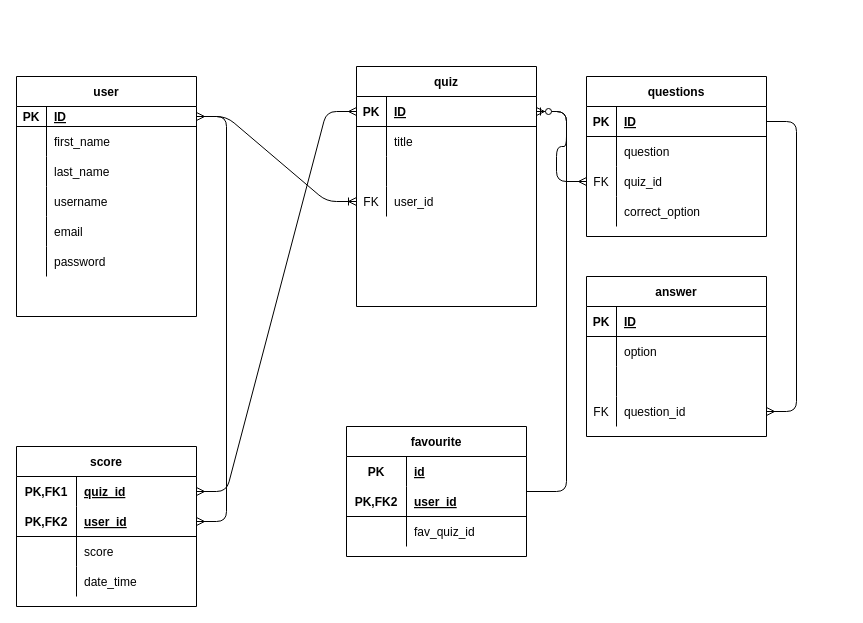
Above: page "DB structure" (6 of 7) of User Flow.drawio in Etipriya/tri-via-hub (draw.io), before the change. Source tidied: cells renumbered, new cells numbered last; positions are measured from the earlier drawing's top-left corner, leaving out a move shared by most shapes. Both pictures are drawn from the tidied source at 100%, with x=0, y=0 at pixel (16, 66).
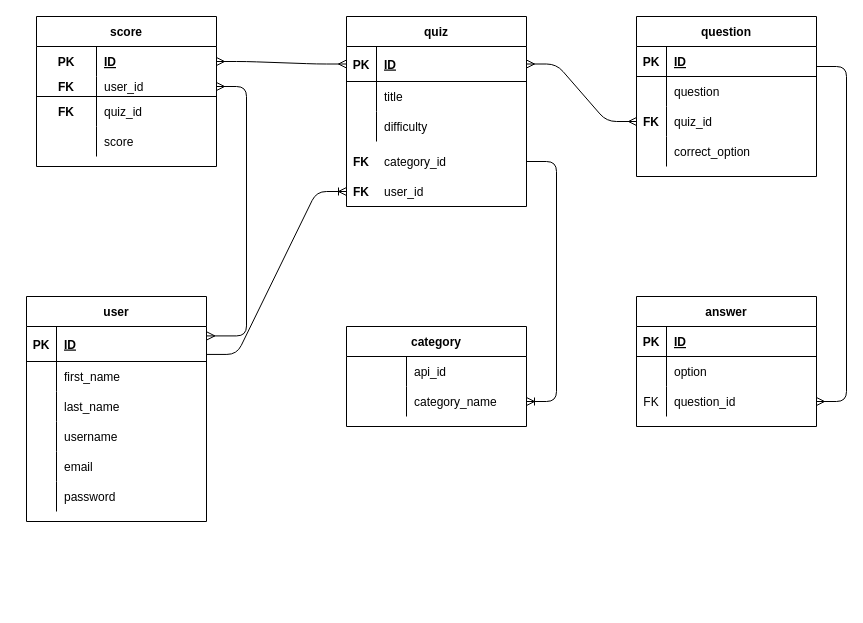
The same diagram, later.

The change refers to these unchanged cells:
```xml
<mxCell id="35" style="shape=partialRectangle;fillColor=none;top=0;left=0;bottom=1;right=0;points=[[0,0.5],[1,0.5]];portConstraint=eastwest;" parent="34" vertex="1">
  <mxGeometry y="30" width="180" height="30" as="geometry" />
</mxCell>
<mxCell id="41" style="shape=partialRectangle;fillColor=none;top=0;left=0;bottom=0;right=0;points=[[0,0.5],[1,0.5]];portConstraint=eastwest;" parent="34" vertex="1">
  <mxGeometry y="90" width="180" height="30" as="geometry" />
</mxCell>
<mxCell id="79" style="shape=partialRectangle;fillColor=none;top=0;left=0;bottom=0;right=0;" parent="78" vertex="1">
  <mxGeometry y="30" width="180" height="30" as="geometry" />
</mxCell>
```

Diff of the diagram source:
```diff
@@
     <mxCell id="2" value="user" style="shape=table;startSize=30;childLayout=tableLayout;rowLines=0;fontStyle=1;align=center;" parent="1" vertex="1">
-      <mxGeometry y="10" width="180" height="240" as="geometry" />
+      <mxGeometry x="10" y="230" width="180" height="225" as="geometry" />
     </mxCell>
     <mxCell id="3" style="shape=partialRectangle;fillColor=none;top=0;left=0;bottom=1;right=0;points=[[0,0.5],[1,0.5]];portConstraint=eastwest;" parent="2" vertex="1">
-      <mxGeometry y="30" width="180" height="20" as="geometry" />
+      <mxGeometry y="30" width="180" height="35" as="geometry" />
     </mxCell>
     <mxCell id="4" value="PK" style="shape=partialRectangle;fillColor=none;top=0;left=0;bottom=0;right=0;fontStyle=1;overflow=hidden;" parent="3" vertex="1">
-      <mxGeometry width="30" height="20" as="geometry" />
+      <mxGeometry width="30" height="35" as="geometry" />
     </mxCell>
     <mxCell id="5" value="ID" style="shape=partialRectangle;fillColor=none;top=0;left=0;bottom=0;right=0;align=left;spacingLeft=6;fontStyle=5;overflow=hidden;" parent="3" vertex="1">
-      <mxGeometry x="30" width="150" height="20" as="geometry" />
+      <mxGeometry x="30" width="150" height="35" as="geometry" />
     </mxCell>
     <mxCell id="6" style="shape=partialRectangle;fillColor=none;top=0;left=0;bottom=0;right=0;" parent="2" vertex="1">
-      <mxGeometry y="50" width="180" height="30" as="geometry" />
+      <mxGeometry y="65" width="180" height="30" as="geometry" />
     </mxCell>
@@
     <mxCell id="9" style="shape=partialRectangle;fillColor=none;top=0;left=0;bottom=0;right=0;" parent="2" vertex="1">
-      <mxGeometry y="80" width="180" height="30" as="geometry" />
+      <mxGeometry y="95" width="180" height="30" as="geometry" />
     </mxCell>
@@
     <mxCell id="12" style="shape=partialRectangle;fillColor=none;top=0;left=0;bottom=0;right=0;" parent="2" vertex="1">
-      <mxGeometry y="110" width="180" height="30" as="geometry" />
+      <mxGeometry y="125" width="180" height="30" as="geometry" />
     </mxCell>
@@
     <mxCell id="15" style="shape=partialRectangle;fillColor=none;top=0;left=0;bottom=0;right=0;" parent="2" vertex="1">
-      <mxGeometry y="140" width="180" height="30" as="geometry" />
+      <mxGeometry y="155" width="180" height="30" as="geometry" />
     </mxCell>
@@
     <mxCell id="18" style="shape=partialRectangle;fillColor=none;top=0;left=0;bottom=0;right=0;" parent="2" vertex="1">
-      <mxGeometry y="170" width="180" height="30" as="geometry" />
+      <mxGeometry y="185" width="180" height="30" as="geometry" />
     </mxCell>
@@
     <mxCell id="21" value="quiz" style="shape=table;startSize=30;childLayout=tableLayout;rowLines=0;fontStyle=1;align=center;" parent="1" vertex="1">
-      <mxGeometry x="340" width="180" height="240" as="geometry" />
+      <mxGeometry x="330" y="-50" width="180" height="190" as="geometry" />
     </mxCell>
     <mxCell id="22" style="shape=partialRectangle;fillColor=none;top=0;left=0;bottom=1;right=0;points=[[0,0.5],[1,0.5]];portConstraint=eastwest;" parent="21" vertex="1">
-      <mxGeometry y="30" width="180" height="30" as="geometry" />
+      <mxGeometry y="30" width="180" height="35" as="geometry" />
     </mxCell>
     <mxCell id="23" value="PK" style="shape=partialRectangle;fillColor=none;top=0;left=0;bottom=0;right=0;fontStyle=1;overflow=hidden;" parent="22" vertex="1">
-      <mxGeometry width="30" height="30" as="geometry" />
+      <mxGeometry width="30" height="35" as="geometry" />
     </mxCell>
     <mxCell id="24" value="ID" style="shape=partialRectangle;fillColor=none;top=0;left=0;bottom=0;right=0;align=left;spacingLeft=6;fontStyle=5;overflow=hidden;" parent="22" vertex="1">
-      <mxGeometry x="30" width="150" height="30" as="geometry" />
+      <mxGeometry x="30" width="150" height="35" as="geometry" />
     </mxCell>
     <mxCell id="25" style="shape=partialRectangle;fillColor=none;top=0;left=0;bottom=0;right=0;" parent="21" vertex="1">
-      <mxGeometry y="60" width="180" height="30" as="geometry" />
+      <mxGeometry y="65" width="180" height="30" as="geometry" />
     </mxCell>
@@
-    <mxCell id="28" style="shape=partialRectangle;fillColor=none;top=0;left=0;bottom=0;right=0;" parent="21" vertex="1">
-      <mxGeometry y="90" width="180" height="30" as="geometry" />
-    </mxCell>
-    <mxCell id="29" style="shape=partialRectangle;fillColor=none;top=0;left=0;bottom=0;right=0;overflow=hidden;" parent="28" vertex="1">
-      <mxGeometry width="30" height="30" as="geometry" />
-    </mxCell>
-    <mxCell id="30" style="shape=partialRectangle;fillColor=none;top=0;left=0;bottom=0;right=0;align=left;spacingLeft=6;overflow=hidden;" parent="28" vertex="1">
-      <mxGeometry x="30" width="150" height="30" as="geometry" />
-    </mxCell>
     <mxCell id="31" style="shape=partialRectangle;fillColor=none;top=0;left=0;bottom=0;right=0;points=[[0,0.5],[1,0.5]];portConstraint=eastwest;" parent="21" vertex="1">
-      <mxGeometry y="120" width="180" height="30" as="geometry" />
+      <mxGeometry y="95" width="180" height="30" as="geometry" />
     </mxCell>
-    <mxCell id="32" value="FK" style="shape=partialRectangle;fillColor=none;top=0;left=0;bottom=0;right=0;overflow=hidden;" parent="31" vertex="1">
+    <mxCell id="32" style="shape=partialRectangle;fillColor=none;top=0;left=0;bottom=0;right=0;overflow=hidden;fontStyle=1;" parent="31" vertex="1">
       <mxGeometry width="30" height="30" as="geometry" />
     </mxCell>
-    <mxCell id="33" value="user_id" style="shape=partialRectangle;fillColor=none;top=0;left=0;bottom=0;right=0;align=left;spacingLeft=6;overflow=hidden;" parent="31" vertex="1">
+    <mxCell id="33" value="difficulty" style="shape=partialRectangle;fillColor=none;top=0;left=0;bottom=0;right=0;align=left;spacingLeft=6;overflow=hidden;" parent="31" vertex="1">
       <mxGeometry x="30" width="150" height="30" as="geometry" />
     </mxCell>
-    <mxCell id="34" value="questions" style="shape=table;startSize=30;childLayout=tableLayout;rowLines=0;fontStyle=1;align=center;" parent="1" vertex="1">
-      <mxGeometry x="570" y="10" width="180" height="160" as="geometry" />
+    <mxCell id="34" value="question" style="shape=table;startSize=30;childLayout=tableLayout;rowLines=0;fontStyle=1;align=center;" parent="1" vertex="1">
+      <mxGeometry x="620" y="-50" width="180" height="160" as="geometry" />
     </mxCell>
@@
-    <mxCell id="42" value="FK" style="shape=partialRectangle;fillColor=none;top=0;left=0;bottom=0;right=0;overflow=hidden;" parent="41" vertex="1">
+    <mxCell id="42" value="FK" style="shape=partialRectangle;fillColor=none;top=0;left=0;bottom=0;right=0;overflow=hidden;fontStyle=1;" parent="41" vertex="1">
       <mxGeometry width="30" height="30" as="geometry" />
     </mxCell>
@@
     <mxCell id="47" value="answer" style="shape=table;startSize=30;childLayout=tableLayout;rowLines=0;fontStyle=1;align=center;" parent="1" vertex="1">
-      <mxGeometry x="570" y="210" width="180" height="160" as="geometry" />
+      <mxGeometry x="620" y="230" width="180" height="130" as="geometry" />
     </mxCell>
@@
-    <mxCell id="54" style="shape=partialRectangle;fillColor=none;top=0;left=0;bottom=0;right=0;" parent="47" vertex="1">
-      <mxGeometry y="90" width="180" height="30" as="geometry" />
-    </mxCell>
-    <mxCell id="55" style="shape=partialRectangle;fillColor=none;top=0;left=0;bottom=0;right=0;overflow=hidden;" parent="54" vertex="1">
-      <mxGeometry width="30" height="30" as="geometry" />
-    </mxCell>
-    <mxCell id="56" style="shape=partialRectangle;fillColor=none;top=0;left=0;bottom=0;right=0;align=left;spacingLeft=6;overflow=hidden;" parent="54" vertex="1">
-      <mxGeometry x="30" width="150" height="30" as="geometry" />
-    </mxCell>
     <mxCell id="57" style="shape=partialRectangle;fillColor=none;top=0;left=0;bottom=0;right=0;points=[[0,0.5],[1,0.5]];portConstraint=eastwest;" parent="47" vertex="1">
-      <mxGeometry y="120" width="180" height="30" as="geometry" />
+      <mxGeometry y="90" width="180" height="30" as="geometry" />
     </mxCell>
@@
     <mxCell id="60" value="score" style="shape=table;startSize=30;childLayout=tableLayout;rowLines=0;fontStyle=1;align=center;" parent="1" vertex="1">
-      <mxGeometry y="380" width="180" height="160" as="geometry" />
+      <mxGeometry x="20" y="-50" width="180" height="150" as="geometry" />
     </mxCell>
-    <mxCell id="61" style="shape=partialRectangle;fillColor=none;top=0;left=0;bottom=0;right=0;points=[[0,0.5],[1,0.5]];portConstraint=eastwest;" parent="60" vertex="1">
+    <mxCell id="61" style="shape=partialRectangle;fillColor=none;top=0;left=0;bottom=0;right=0;points=[[0,0.5],[1,0.5]];portConstraint=eastwest;strokeWidth=2;" parent="60" vertex="1">
       <mxGeometry y="30" width="180" height="30" as="geometry" />
     </mxCell>
-    <mxCell id="62" value="PK,FK1" style="shape=partialRectangle;fillColor=none;top=0;left=0;bottom=0;right=0;fontStyle=1;overflow=hidden;" parent="61" vertex="1">
+    <mxCell id="62" value="PK" style="shape=partialRectangle;fillColor=none;top=0;left=0;bottom=0;right=0;fontStyle=1;overflow=hidden;" parent="61" vertex="1">
       <mxGeometry width="60" height="30" as="geometry" />
     </mxCell>
-    <mxCell id="63" value="quiz_id" style="shape=partialRectangle;fillColor=none;top=0;left=0;bottom=0;right=0;align=left;spacingLeft=6;fontStyle=5;overflow=hidden;" parent="61" vertex="1">
+    <mxCell id="63" value="ID" style="shape=partialRectangle;fillColor=none;top=0;left=0;bottom=0;right=0;align=left;spacingLeft=6;fontStyle=5;overflow=hidden;" parent="61" vertex="1">
       <mxGeometry x="60" width="120" height="30" as="geometry" />
     </mxCell>
     <mxCell id="64" style="shape=partialRectangle;fillColor=none;top=0;left=0;bottom=1;right=0;points=[[0,0.5],[1,0.5]];portConstraint=eastwest;" parent="60" vertex="1">
-      <mxGeometry y="60" width="180" height="30" as="geometry" />
+      <mxGeometry y="60" width="180" height="20" as="geometry" />
     </mxCell>
-    <mxCell id="65" value="PK,FK2" style="shape=partialRectangle;fillColor=none;top=0;left=0;bottom=0;right=0;fontStyle=1;overflow=hidden;" parent="64" vertex="1">
-      <mxGeometry width="60" height="30" as="geometry" />
+    <mxCell id="65" value="FK" style="shape=partialRectangle;fillColor=none;top=0;left=0;bottom=0;right=0;fontStyle=1;overflow=hidden;" parent="64" vertex="1">
+      <mxGeometry width="60" height="20" as="geometry" />
     </mxCell>
-    <mxCell id="66" value="user_id" style="shape=partialRectangle;fillColor=none;top=0;left=0;bottom=0;right=0;align=left;spacingLeft=6;fontStyle=5;overflow=hidden;" parent="64" vertex="1">
-      <mxGeometry x="60" width="120" height="30" as="geometry" />
+    <mxCell id="66" value="user_id" style="shape=partialRectangle;fillColor=none;top=0;left=0;bottom=0;right=0;align=left;spacingLeft=6;fontStyle=0;overflow=hidden;" parent="64" vertex="1">
+      <mxGeometry x="60" width="120" height="20" as="geometry" />
     </mxCell>
     <mxCell id="67" style="shape=partialRectangle;fillColor=none;top=0;left=0;bottom=0;right=0;" parent="60" vertex="1">
-      <mxGeometry y="90" width="180" height="30" as="geometry" />
+      <mxGeometry y="80" width="180" height="30" as="geometry" />
     </mxCell>
-    <mxCell id="68" style="shape=partialRectangle;fillColor=none;top=0;left=0;bottom=0;right=0;overflow=hidden;" parent="67" vertex="1">
+    <mxCell id="68" value="FK" style="shape=partialRectangle;fillColor=none;top=0;left=0;bottom=0;right=0;overflow=hidden;fontStyle=1;" parent="67" vertex="1">
       <mxGeometry width="60" height="30" as="geometry" />
     </mxCell>
-    <mxCell id="69" value="score" style="shape=partialRectangle;fillColor=none;top=0;left=0;bottom=0;right=0;align=left;spacingLeft=6;overflow=hidden;" parent="67" vertex="1">
+    <mxCell id="69" value="quiz_id" style="shape=partialRectangle;fillColor=none;top=0;left=0;bottom=0;right=0;align=left;spacingLeft=6;overflow=hidden;" parent="67" vertex="1">
       <mxGeometry x="60" width="120" height="30" as="geometry" />
     </mxCell>
     <mxCell id="70" style="shape=partialRectangle;fillColor=none;top=0;left=0;bottom=0;right=0;" parent="60" vertex="1">
-      <mxGeometry y="120" width="180" height="30" as="geometry" />
+      <mxGeometry y="110" width="180" height="30" as="geometry" />
     </mxCell>
@@
-    <mxCell id="72" value="date_time" style="shape=partialRectangle;fillColor=none;top=0;left=0;bottom=0;right=0;align=left;spacingLeft=6;overflow=hidden;" parent="70" vertex="1">
+    <mxCell id="72" value="score" style="shape=partialRectangle;fillColor=none;top=0;left=0;bottom=0;right=0;align=left;spacingLeft=6;overflow=hidden;" parent="70" vertex="1">
       <mxGeometry x="60" width="120" height="30" as="geometry" />
     </mxCell>
-    <mxCell id="73" style="edgeStyle=entityRelationEdgeStyle;fontSize=12;html=1;endArrow=ERoneToMany;" parent="1" edge="1" target="31">
-      <mxGeometry relative="1" as="geometry">
-        <mxPoint x="180" y="50" as="sourcePoint" />
-      </mxGeometry>
+    <mxCell id="73" style="edgeStyle=entityRelationEdgeStyle;fontSize=12;html=1;endArrow=ERoneToMany;exitX=1.002;exitY=0.798;exitDx=0;exitDy=0;exitPerimeter=0;entryX=0;entryY=0.5;entryDx=0;entryDy=0;" parent="1" edge="1" source="3" target="92">
+      <mxGeometry relative="1" as="geometry" />
     </mxCell>
-    <mxCell id="74" style="edgeStyle=entityRelationEdgeStyle;fontSize=12;html=1;endArrow=ERmany;exitX=1;exitY=0.5;exitDx=0;exitDy=0;" parent="1" edge="1" source="35" target="57">
-      <mxGeometry relative="1" as="geometry" />
+    <mxCell id="74" style="edgeStyle=entityRelationEdgeStyle;fontSize=12;html=1;endArrow=ERmany;" parent="1" edge="1" target="57">
+      <mxGeometry relative="1" as="geometry">
+        <mxPoint x="800" as="sourcePoint" />
+      </mxGeometry>
     </mxCell>
-    <mxCell id="75" style="edgeStyle=entityRelationEdgeStyle;fontSize=12;html=1;endArrow=ERmany;startArrow=ERmany;entryX=1;entryY=0.5;entryDx=0;entryDy=0;" parent="1" edge="1" source="41" target="22">
+    <mxCell id="75" style="edgeStyle=entityRelationEdgeStyle;fontSize=12;html=1;endArrow=ERmany;startArrow=ERmany;exitX=1;exitY=0.5;exitDx=0;exitDy=0;" parent="1" edge="1" source="22" target="41">
       <mxGeometry relative="1" as="geometry" />
     </mxCell>
-    <mxCell id="76" style="edgeStyle=entityRelationEdgeStyle;fontSize=12;html=1;endArrow=ERmany;startArrow=ERmany;" parent="1" edge="1" source="3" target="64">
+    <mxCell id="76" style="edgeStyle=entityRelationEdgeStyle;fontSize=12;html=1;endArrow=ERmany;startArrow=ERmany;exitX=1.002;exitY=0.269;exitDx=0;exitDy=0;exitPerimeter=0;" parent="1" edge="1" source="3" target="64">
       <mxGeometry relative="1" as="geometry" />
     </mxCell>
@@
-    <mxCell id="78" value="favourite" style="shape=table;startSize=30;childLayout=tableLayout;rowLines=0;fontStyle=1;align=center;" parent="1" vertex="1">
-      <mxGeometry x="330" y="360" width="180" height="130" as="geometry" />
+    <mxCell id="78" value="category" style="shape=table;startSize=30;childLayout=tableLayout;rowLines=0;fontStyle=1;align=center;" parent="1" vertex="1">
+      <mxGeometry x="330" y="260" width="180" height="100" as="geometry" />
     </mxCell>
@@
-    <mxCell id="80" value="PK" style="shape=partialRectangle;fillColor=none;top=0;left=0;bottom=0;right=0;fontStyle=1;overflow=hidden;" parent="79" vertex="1">
+    <mxCell id="80" style="shape=partialRectangle;fillColor=none;top=0;left=0;bottom=0;right=0;fontStyle=1;overflow=hidden;" parent="79" vertex="1">
       <mxGeometry width="60" height="30" as="geometry" />
     </mxCell>
-    <mxCell id="81" value="id" style="shape=partialRectangle;fillColor=none;top=0;left=0;bottom=0;right=0;align=left;spacingLeft=6;fontStyle=5;overflow=hidden;" parent="79" vertex="1">
+    <mxCell id="81" value="api_id" style="shape=partialRectangle;fillColor=none;top=0;left=0;bottom=0;right=0;align=left;spacingLeft=6;fontStyle=0;overflow=hidden;" parent="79" vertex="1">
       <mxGeometry x="60" width="120" height="30" as="geometry" />
     </mxCell>
-    <mxCell id="82" style="shape=partialRectangle;fillColor=none;top=0;left=0;bottom=1;right=0;" parent="78" vertex="1">
-      <mxGeometry y="60" width="180" height="30" as="geometry" />
-    </mxCell>
-    <mxCell id="83" value="PK,FK2" style="shape=partialRectangle;fillColor=none;top=0;left=0;bottom=0;right=0;fontStyle=1;overflow=hidden;" parent="82" vertex="1">
-      <mxGeometry width="60" height="30" as="geometry" />
-    </mxCell>
-    <mxCell id="84" value="user_id" style="shape=partialRectangle;fillColor=none;top=0;left=0;bottom=0;right=0;align=left;spacingLeft=6;fontStyle=5;overflow=hidden;" parent="82" vertex="1">
-      <mxGeometry x="60" width="120" height="30" as="geometry" />
-    </mxCell>
     <mxCell id="85" style="shape=partialRectangle;fillColor=none;top=0;left=0;bottom=0;right=0;points=[[0,0.5],[1,0.5]];portConstraint=eastwest;" parent="78" vertex="1">
-      <mxGeometry y="90" width="180" height="30" as="geometry" />
+      <mxGeometry y="60" width="180" height="30" as="geometry" />
     </mxCell>
@@
-    <mxCell id="87" value="fav_quiz_id" style="shape=partialRectangle;fillColor=none;top=0;left=0;bottom=0;right=0;align=left;spacingLeft=6;overflow=hidden;" parent="85" vertex="1">
+    <mxCell id="87" value="category_name" style="shape=partialRectangle;fillColor=none;top=0;left=0;bottom=0;right=0;align=left;spacingLeft=6;overflow=hidden;" parent="85" vertex="1">
       <mxGeometry x="60" width="120" height="30" as="geometry" />
     </mxCell>
-    <mxCell id="88" style="edgeStyle=entityRelationEdgeStyle;fontSize=12;html=1;endArrow=none;startArrow=ERzeroToOne;" parent="1" edge="1" source="22" target="78">
-      <mxGeometry relative="1" as="geometry" />
-    </mxCell>
+    <mxCell id="89" style="shape=partialRectangle;fillColor=none;top=0;left=0;bottom=0;right=0;points=[[0,0.5],[1,0.5]];portConstraint=eastwest;" parent="1" vertex="1">
+      <mxGeometry x="330" y="80" width="180" height="30" as="geometry" />
+    </mxCell>
+    <mxCell id="90" value="FK" style="shape=partialRectangle;fillColor=none;top=0;left=0;bottom=0;right=0;overflow=hidden;fontStyle=1;" parent="89" vertex="1">
+      <mxGeometry width="30" height="30" as="geometry" />
+    </mxCell>
+    <mxCell id="91" value="category_id" style="shape=partialRectangle;fillColor=none;top=0;left=0;bottom=0;right=0;align=left;spacingLeft=6;overflow=hidden;" parent="89" vertex="1">
+      <mxGeometry x="30" width="150" height="30" as="geometry" />
+    </mxCell>
+    <mxCell id="92" style="shape=partialRectangle;fillColor=none;top=0;left=0;bottom=0;right=0;points=[[0,0.5],[1,0.5]];portConstraint=eastwest;" parent="1" vertex="1">
+      <mxGeometry x="330" y="110" width="180" height="30" as="geometry" />
+    </mxCell>
+    <mxCell id="93" value="FK" style="shape=partialRectangle;fillColor=none;top=0;left=0;bottom=0;right=0;overflow=hidden;fontStyle=1;" parent="92" vertex="1">
+      <mxGeometry width="30" height="30" as="geometry" />
+    </mxCell>
+    <mxCell id="84" value="user_id" style="shape=partialRectangle;fillColor=none;top=0;left=0;bottom=0;right=0;align=left;spacingLeft=6;overflow=hidden;" parent="92" vertex="1">
+      <mxGeometry x="30" width="150" height="30" as="geometry" />
+    </mxCell>
+    <mxCell id="94" style="edgeStyle=entityRelationEdgeStyle;fontSize=12;html=1;endArrow=ERoneToMany;exitX=1;exitY=0.5;exitDx=0;exitDy=0;entryX=1;entryY=0.5;entryDx=0;entryDy=0;" parent="1" edge="1" source="89" target="85">
+      <mxGeometry relative="1" as="geometry" />
+    </mxCell>
```
